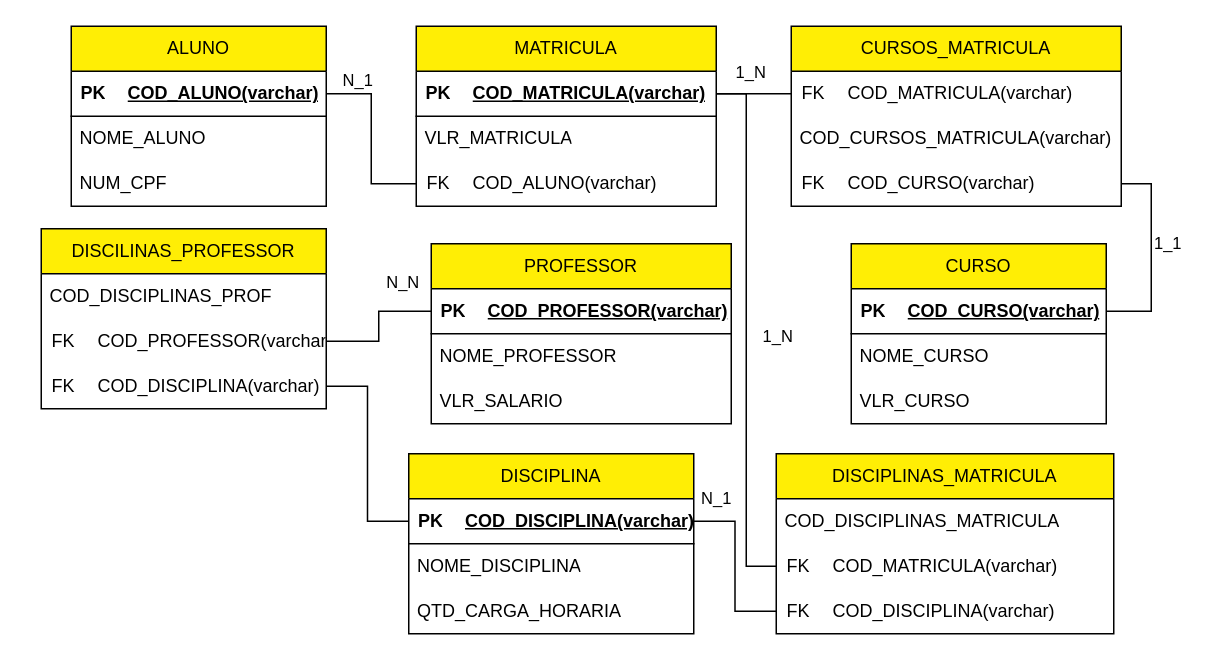
Earlier version of the draw.io diagram Livraria/matricula.drawio (NicolasKevin2/BD). Source tidied: cells renumbered, new cells numbered last; positions are measured from the earlier drawing's top-left corner, leaving out a move shared by most shapes. Both pictures are drawn from the tidied source at 150%, with x=0, y=0 at pixel (40, 26).
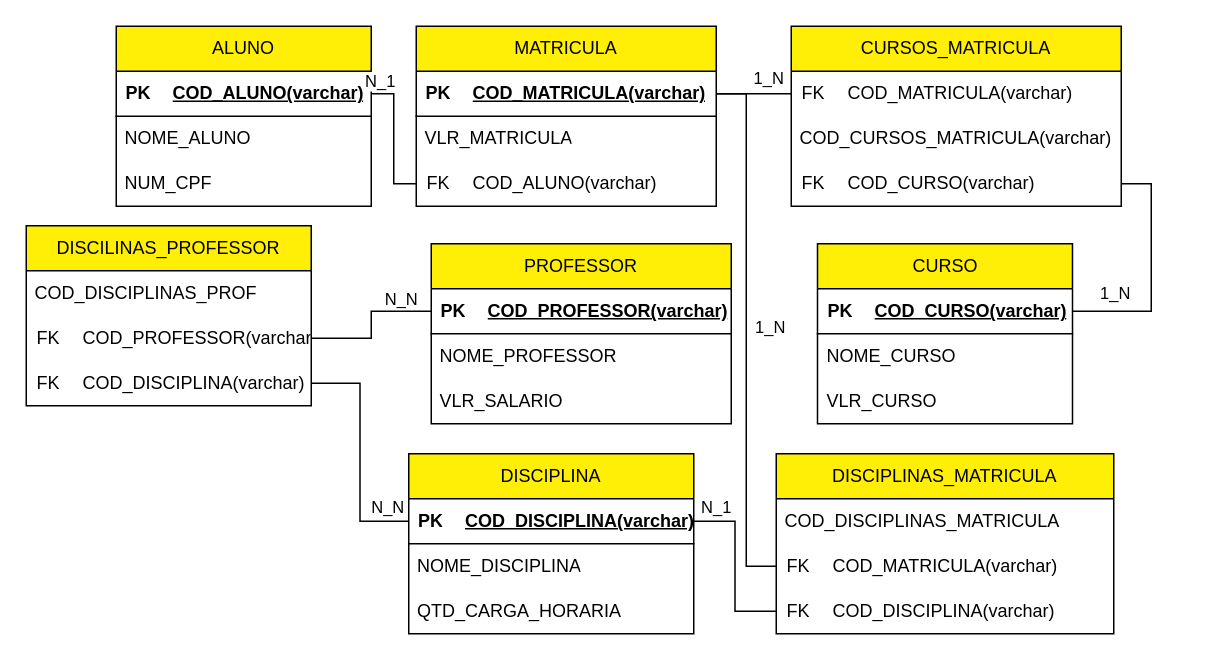
The same page after the edit.

The change refers to these unchanged cells:
```xml
<mxCell id="42" style="endArrow=none;html=1;rounded=0;edgeStyle=orthogonalEdgeStyle;" parent="1" edge="1" source="77" target="11">
  <mxGeometry relative="1" as="geometry">
    <Array as="points">
      <mxPoint x="740" y="105" />
      <mxPoint x="740" y="190" />
    </Array>
  </mxGeometry>
</mxCell>
<mxCell id="54" style="endArrow=none;html=1;rounded=0;edgeStyle=orthogonalEdgeStyle;" parent="1" edge="1" source="51" target="18">
  <mxGeometry relative="1" as="geometry" />
</mxCell>
<mxCell id="64" style="endArrow=none;html=1;rounded=0;edgeStyle=orthogonalEdgeStyle;" parent="1" edge="1" source="58" target="32">
  <mxGeometry relative="1" as="geometry" />
</mxCell>
<mxCell id="66" style="endArrow=none;html=1;rounded=0;edgeStyle=orthogonalEdgeStyle;" parent="1" edge="1" source="47" target="25">
  <mxGeometry relative="1" as="geometry" />
</mxCell>
<mxCell id="68" style="endArrow=none;html=1;rounded=0;edgeStyle=orthogonalEdgeStyle;" parent="1" edge="1" source="61" target="18">
  <mxGeometry relative="1" as="geometry" />
</mxCell>
<mxCell id="80" style="endArrow=none;html=1;rounded=0;edgeStyle=orthogonalEdgeStyle;" parent="1" edge="1" source="32" target="72">
  <mxGeometry relative="1" as="geometry" />
</mxCell>
```

Change to the diagram source:
```diff
@@
     <mxCell id="2" value="ALUNO" style="swimlane;fontStyle=0;horizontal=1;startSize=30;whiteSpace=wrap;html=1;fillColor=#FFEE05;" parent="1" vertex="1">
-      <mxGeometry x="20" width="170" height="120" as="geometry" />
+      <mxGeometry x="50" width="170" height="120" as="geometry" />
     </mxCell>
@@
     <mxCell id="9" value="CURSO" style="swimlane;fontStyle=0;horizontal=1;startSize=30;whiteSpace=wrap;html=1;fillColor=#FFEE05;" parent="1" vertex="1">
-      <mxGeometry x="540" y="145" width="170" height="120" as="geometry" />
+      <mxGeometry x="517.5" y="145" width="170" height="120" as="geometry" />
     </mxCell>
@@
-    <mxCell id="43" value="1_1" style="edgeLabel;html=1;align=center;verticalAlign=middle;" parent="42" vertex="1">
+    <mxCell id="43" value="1_N" style="edgeLabel;html=1;align=center;verticalAlign=middle;" parent="42" vertex="1">
       <mxGeometry x="-0.12" y="3" relative="1" as="geometry">
-        <mxPoint x="7" as="offset" />
+        <mxPoint x="-28" y="23" as="offset" />
       </mxGeometry>
     </mxCell>
     <mxCell id="44" value="DISCILINAS_PROFESSOR" style="swimlane;fontStyle=0;horizontal=1;startSize=30;whiteSpace=wrap;html=1;fillColor=#FFEE05;" parent="1" vertex="1">
-      <mxGeometry y="135" width="190" height="120" as="geometry" />
+      <mxGeometry x="-10" y="133" width="190" height="120" as="geometry" />
     </mxCell>
@@
+    <mxCell id="82" value="N_N" style="edgeLabel;html=1;align=center;verticalAlign=middle;" parent="54" vertex="1">
+      <mxGeometry x="-0.01" relative="1" as="geometry">
+        <mxPoint x="18" y="37" as="offset" />
+      </mxGeometry>
+    </mxCell>
@@
     <mxCell id="65" value="1_N" style="edgeLabel;html=1;align=center;verticalAlign=middle;rotation=0;" parent="64" vertex="1">
       <mxGeometry x="-0.01" y="-3" relative="1" as="geometry">
-        <mxPoint x="17" y="2" as="offset" />
+        <mxPoint x="12" y="-4" as="offset" />
       </mxGeometry>
     </mxCell>
@@
     <mxCell id="67" value="N_N" style="edgeLabel;html=1;align=center;verticalAlign=middle;" parent="66" vertex="1">
       <mxGeometry x="0.01" relative="1" as="geometry">
-        <mxPoint x="15" y="-30" as="offset" />
+        <mxPoint x="19" y="-18" as="offset" />
       </mxGeometry>
     </mxCell>
@@
     <mxCell id="69" value="N_1" style="edgeLabel;html=1;align=center;verticalAlign=middle;" parent="68" vertex="1">
       <mxGeometry x="0.01" y="2" relative="1" as="geometry">
-        <mxPoint x="-11" y="-45" as="offset" />
+        <mxPoint x="-11" y="-39" as="offset" />
       </mxGeometry>
     </mxCell>
@@
     <mxCell id="81" value="1_N" style="edgeLabel;html=1;align=center;verticalAlign=middle;" parent="80" vertex="1">
       <mxGeometry x="0.18" y="-2" relative="1" as="geometry">
-        <mxPoint x="-8" y="-17" as="offset" />
+        <mxPoint x="4" y="-13" as="offset" />
       </mxGeometry>
     </mxCell>
```
